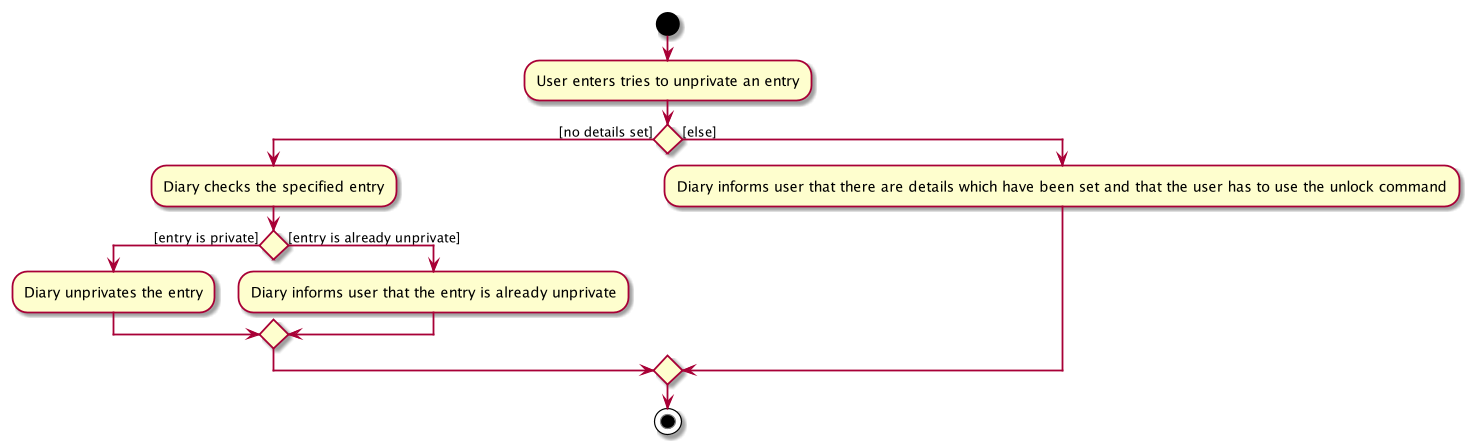
The PlantUML diagram docs/images/DiaryUnPrivateActivityDiagram.png in nus-cs2103-AY1920S1/addressbook-level3, before a commit.
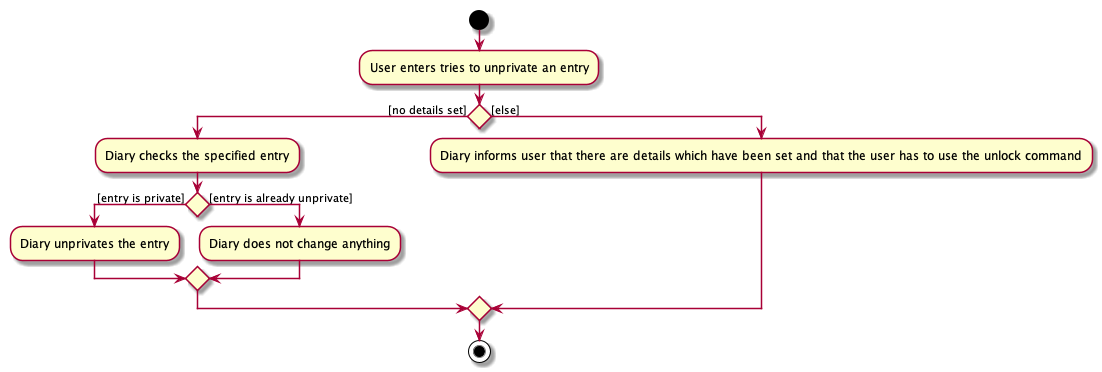
After the change.

What changed in the source:
```diff
@@ -7,7 +7,7 @@
     if () then ([entry is private])
         :Diary unprivates the entry;
     else ([entry is already unprivate])
-        :Diary informs user that the entry is already unprivate;
+        :Diary does not change anything;
     endif
 
 else ([else])
```
